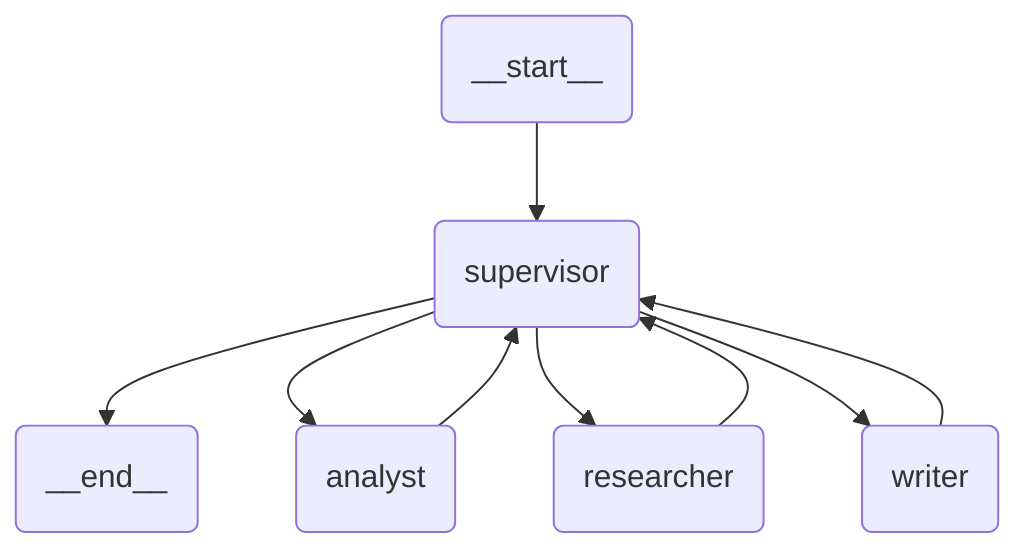
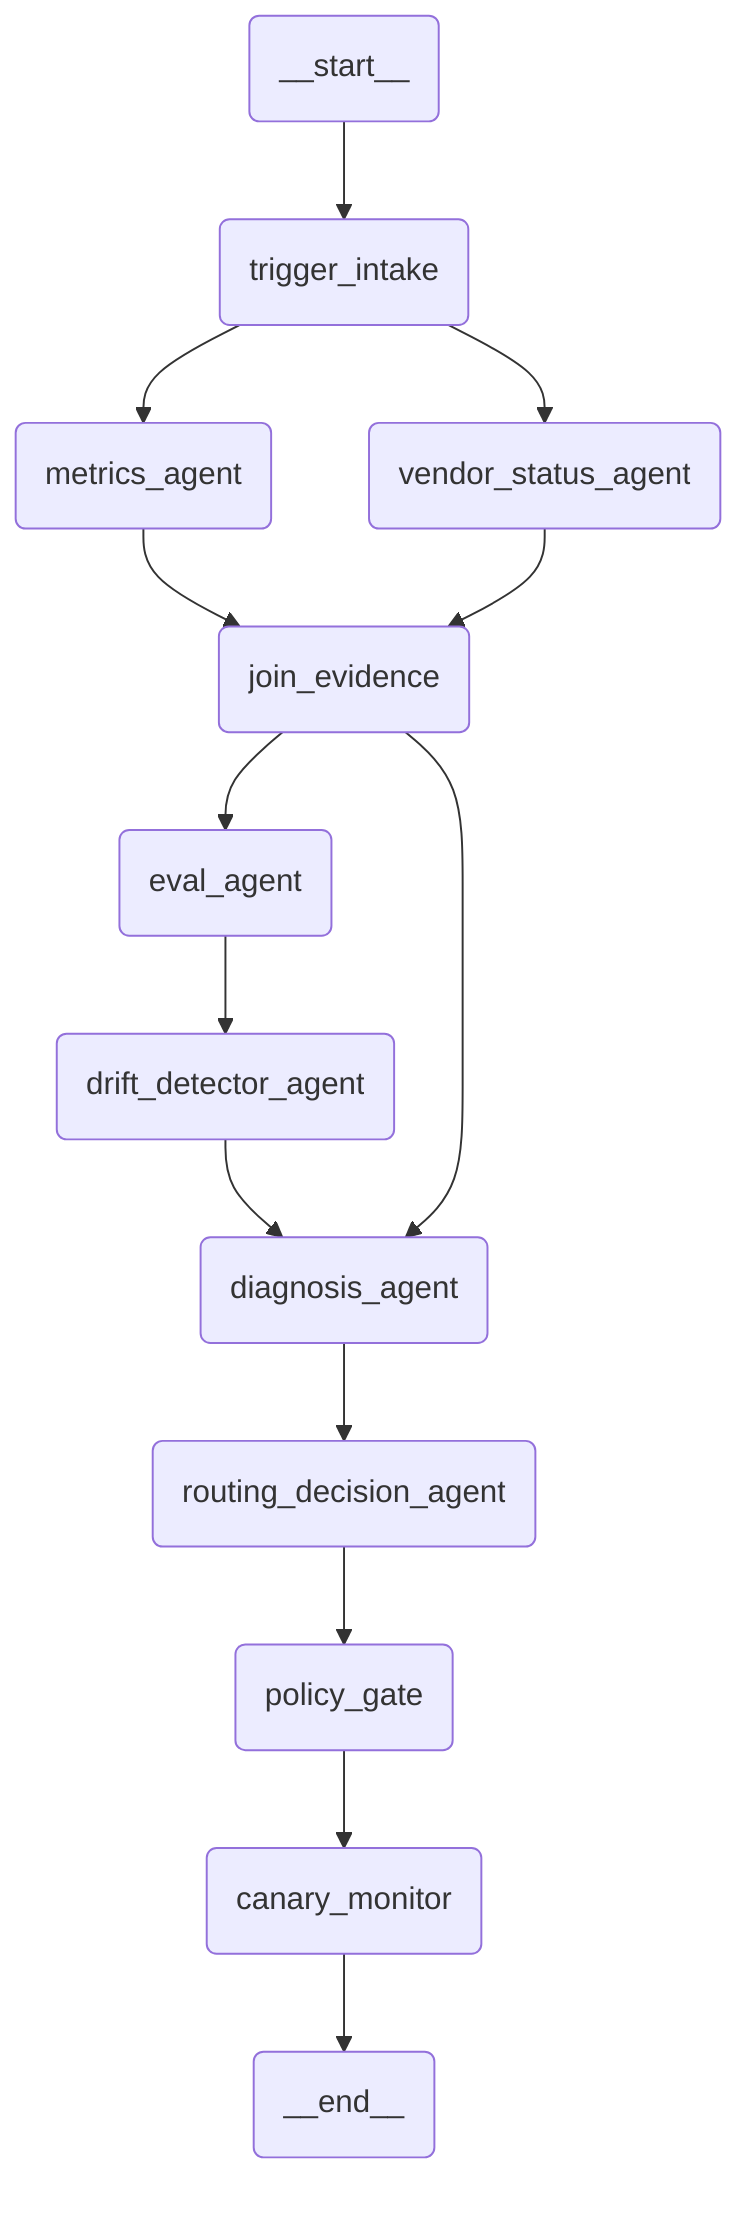
%% AUTO-GENERATED by `uipath init`. Do not edit manually.
%% Regenerated on every `uipath init`.
flowchart TB
  __start__(__start__)
-   supervisor(supervisor)
-   analyst(analyst)
-   researcher(researcher)
-   writer(writer)
+   trigger_intake(trigger_intake)
+   metrics_agent(metrics_agent)
+   vendor_status_agent(vendor_status_agent)
+   join_evidence(join_evidence)
+   eval_agent(eval_agent)
+   drift_detector_agent(drift_detector_agent)
+   diagnosis_agent(diagnosis_agent)
+   routing_decision_agent(routing_decision_agent)
+   policy_gate(policy_gate)
+   canary_monitor(canary_monitor)
  __end__(__end__)
-   __start__ --> supervisor
-   analyst --> supervisor
-   researcher --> supervisor
-   supervisor --> __end__
-   supervisor --> analyst
-   supervisor --> researcher
-   supervisor --> writer
-   writer --> supervisor
+   __start__ --> trigger_intake
+   diagnosis_agent --> routing_decision_agent
+   drift_detector_agent --> diagnosis_agent
+   eval_agent --> drift_detector_agent
+   join_evidence --> diagnosis_agent
+   join_evidence --> eval_agent
+   metrics_agent --> join_evidence
+   policy_gate --> canary_monitor
+   routing_decision_agent --> policy_gate
+   trigger_intake --> metrics_agent
+   trigger_intake --> vendor_status_agent
+   vendor_status_agent --> join_evidence
+   canary_monitor --> __end__
